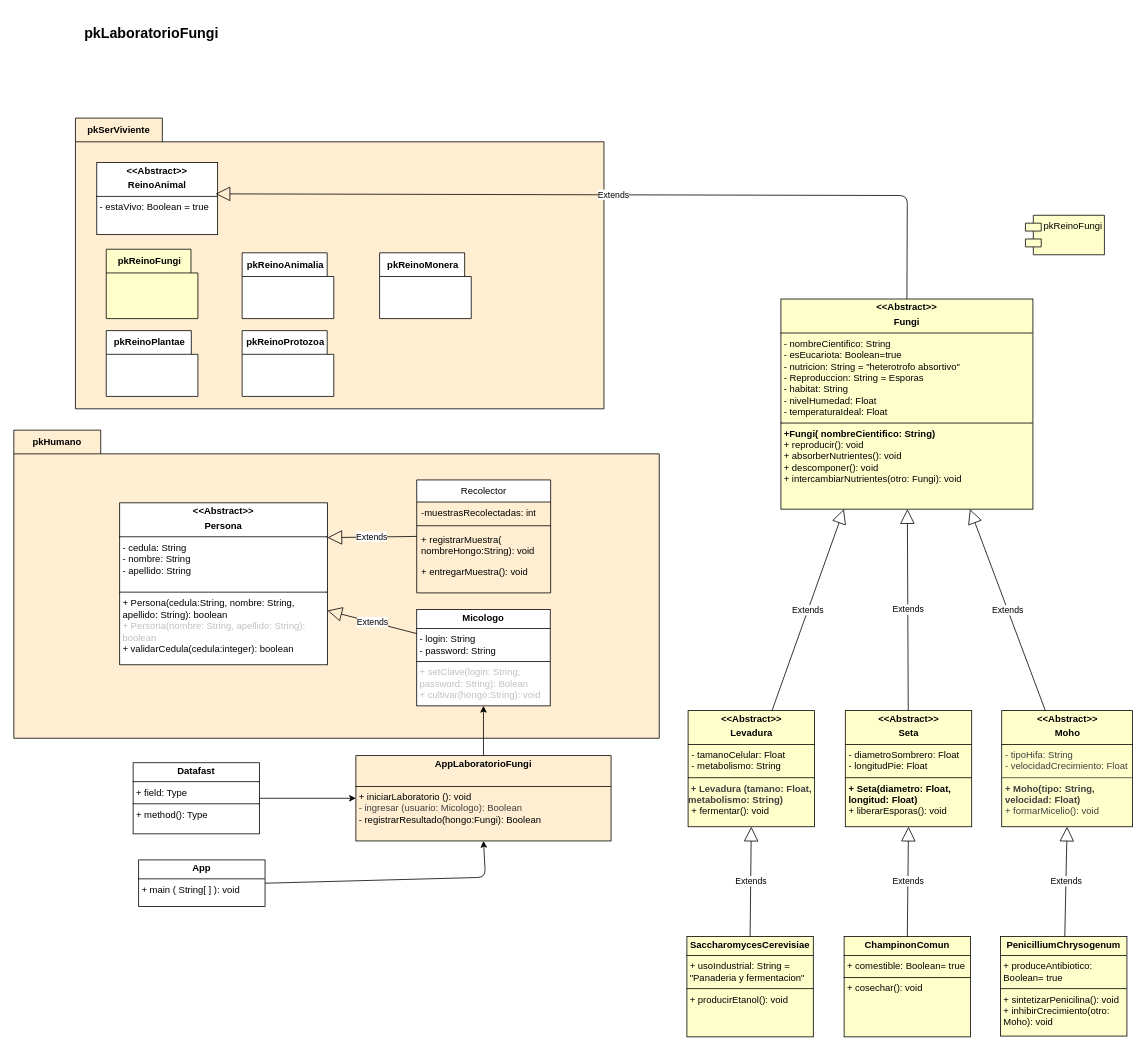
Before: desing/ClassDiagram.drawio in larry2004h-hash/ProyectoReinoFungi, a draw.io diagram. Source tidied: cells renumbered, new cells numbered last; positions are measured from the earlier drawing's top-left corner, leaving out a move shared by most shapes. Both pictures are drawn from the tidied source at 79%, with x=0, y=0 at pixel (13, 13).
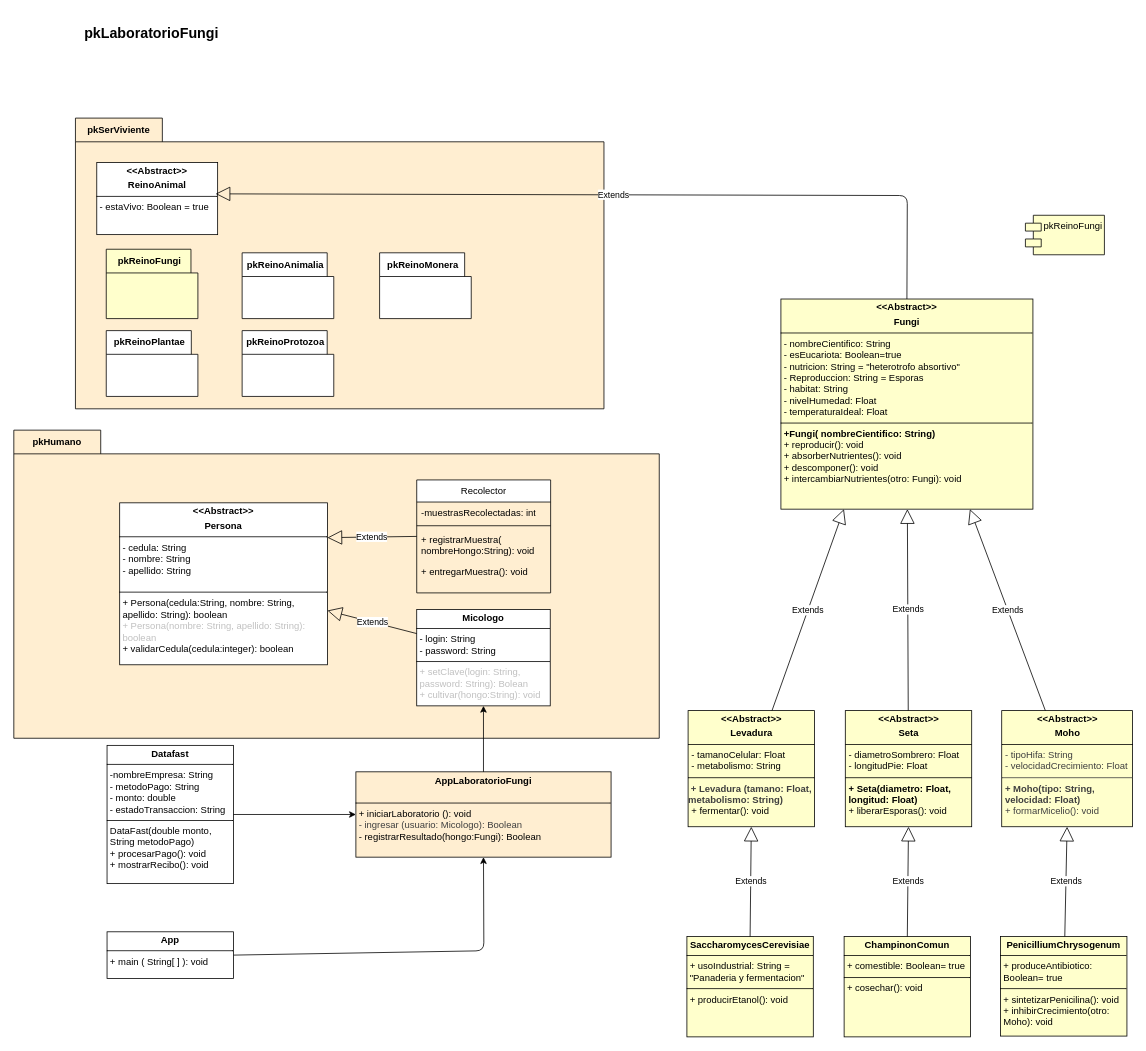
The same diagram, later.

Commit message (it also covers changes not shown here):
data fast diagram class

The edit, as a diff of the source:
```diff
@@
     <mxCell id="9" value="&lt;p style=&quot;margin:0px;margin-top:4px;text-align:center;&quot;&gt;&lt;b&gt;AppLaboratorioFungi&lt;/b&gt;&lt;/p&gt;&lt;p style=&quot;margin:0px;margin-left:4px;&quot;&gt;&lt;br&gt;&lt;/p&gt;&lt;hr size=&quot;1&quot; style=&quot;border-style:solid;&quot;&gt;&lt;p style=&quot;margin:0px;margin-left:4px;&quot;&gt;+ iniciarLaboratorio (): void&lt;/p&gt;&lt;p style=&quot;margin:0px;margin-left:4px;&quot;&gt;&lt;span style=&quot;color: rgb(63, 63, 63);&quot;&gt;- ingresar (usuario: Micologo): Boolean&lt;/span&gt;&lt;/p&gt;&lt;p style=&quot;margin:0px;margin-left:4px;&quot;&gt;- registrarResultado(hongo:Fungi): Boolean&lt;/p&gt;&lt;p style=&quot;margin:0px;margin-left:4px;&quot;&gt;&lt;br&gt;&lt;/p&gt;&lt;p style=&quot;margin:0px;margin-left:4px;&quot;&gt;&lt;br&gt;&lt;/p&gt;" style="verticalAlign=top;align=left;overflow=fill;html=1;whiteSpace=wrap;fillColor=#FFEED1;strokeColor=#000000;rounded=0;glass=0;" parent="1" vertex="1">
-      <mxGeometry x="433" y="939" width="323" height="108" as="geometry" />
+      <mxGeometry x="433" y="959.5" width="323" height="108" as="geometry" />
     </mxCell>
-    <mxCell id="10" value="&lt;p style=&quot;margin:0px;margin-top:4px;text-align:center;&quot;&gt;&lt;b&gt;Datafast&lt;/b&gt;&lt;/p&gt;&lt;hr size=&quot;1&quot; style=&quot;border-style:solid;&quot;&gt;&lt;p style=&quot;margin:0px;margin-left:4px;&quot;&gt;+ field: Type&lt;/p&gt;&lt;hr size=&quot;1&quot; style=&quot;border-style:solid;&quot;&gt;&lt;p style=&quot;margin:0px;margin-left:4px;&quot;&gt;+ method(): Type&lt;/p&gt;" style="verticalAlign=top;align=left;overflow=fill;html=1;whiteSpace=wrap;" parent="1" vertex="1">
-      <mxGeometry x="151" y="948" width="160" height="90" as="geometry" />
+    <mxCell id="10" value="&lt;p style=&quot;margin:0px;margin-top:4px;text-align:center;&quot;&gt;&lt;b&gt;Datafast&lt;/b&gt;&lt;/p&gt;&lt;hr style=&quot;border-style:solid;&quot; size=&quot;1&quot;&gt;&lt;p style=&quot;margin:0px;margin-left:4px;&quot;&gt;-nombreEmpresa: String&lt;/p&gt;&lt;p style=&quot;margin:0px;margin-left:4px;&quot;&gt;- metodoPago: String&amp;nbsp;&lt;/p&gt;&lt;p style=&quot;margin:0px;margin-left:4px;&quot;&gt;- monto: double&amp;nbsp;&lt;/p&gt;&lt;p style=&quot;margin:0px;margin-left:4px;&quot;&gt;- estadoTransaccion: String&lt;/p&gt;&lt;hr style=&quot;border-style:solid;&quot; size=&quot;1&quot;&gt;&lt;p style=&quot;margin:0px;margin-left:4px;&quot;&gt;&lt;span style=&quot;background-color: transparent;&quot;&gt;DataFast(double monto, String metodoPago)&lt;/span&gt;&lt;/p&gt;&lt;p style=&quot;margin:0px;margin-left:4px;&quot;&gt;&lt;span style=&quot;background-color: transparent;&quot;&gt;+ procesarPago(): void&lt;/span&gt;&lt;/p&gt;&lt;p style=&quot;margin:0px;margin-left:4px;&quot;&gt;+&amp;nbsp;mostrarRecibo(): void&amp;nbsp;&lt;/p&gt;&lt;p style=&quot;margin:0px;margin-left:4px;&quot;&gt;&lt;br&gt;&lt;/p&gt;&lt;p style=&quot;margin:0px;margin-left:4px;&quot;&gt;&lt;br&gt;&lt;/p&gt;" style="verticalAlign=top;align=left;overflow=fill;html=1;whiteSpace=wrap;fontColor=light-dark(default, #ffffff);" parent="1" vertex="1">
+      <mxGeometry x="118" y="926" width="160" height="175" as="geometry" />
     </mxCell>
@@
     <mxCell id="41" style="edgeStyle=none;html=1;exitX=1;exitY=0.5;exitDx=0;exitDy=0;entryX=0.5;entryY=1;entryDx=0;entryDy=0;" parent="1" edge="1" source="42" target="9">
       <mxGeometry relative="1" as="geometry">
         <Array as="points">
-          <mxPoint x="597" y="1093" />
+          <mxPoint x="595" y="1186" />
         </Array>
       </mxGeometry>
     </mxCell>
     <mxCell id="42" value="&lt;p style=&quot;margin:0px;margin-top:4px;text-align:center;&quot;&gt;&lt;b&gt;App&lt;/b&gt;&lt;/p&gt;&lt;hr size=&quot;1&quot; style=&quot;border-style:solid;&quot;&gt;&lt;p style=&quot;margin:0px;margin-left:4px;&quot;&gt;+ main ( String[ ] ): void&lt;/p&gt;" style="verticalAlign=top;align=left;overflow=fill;html=1;whiteSpace=wrap;" parent="1" vertex="1">
-      <mxGeometry x="158" y="1071" width="160" height="59" as="geometry" />
+      <mxGeometry x="118" y="1162" width="160" height="59" as="geometry" />
     </mxCell>
```
